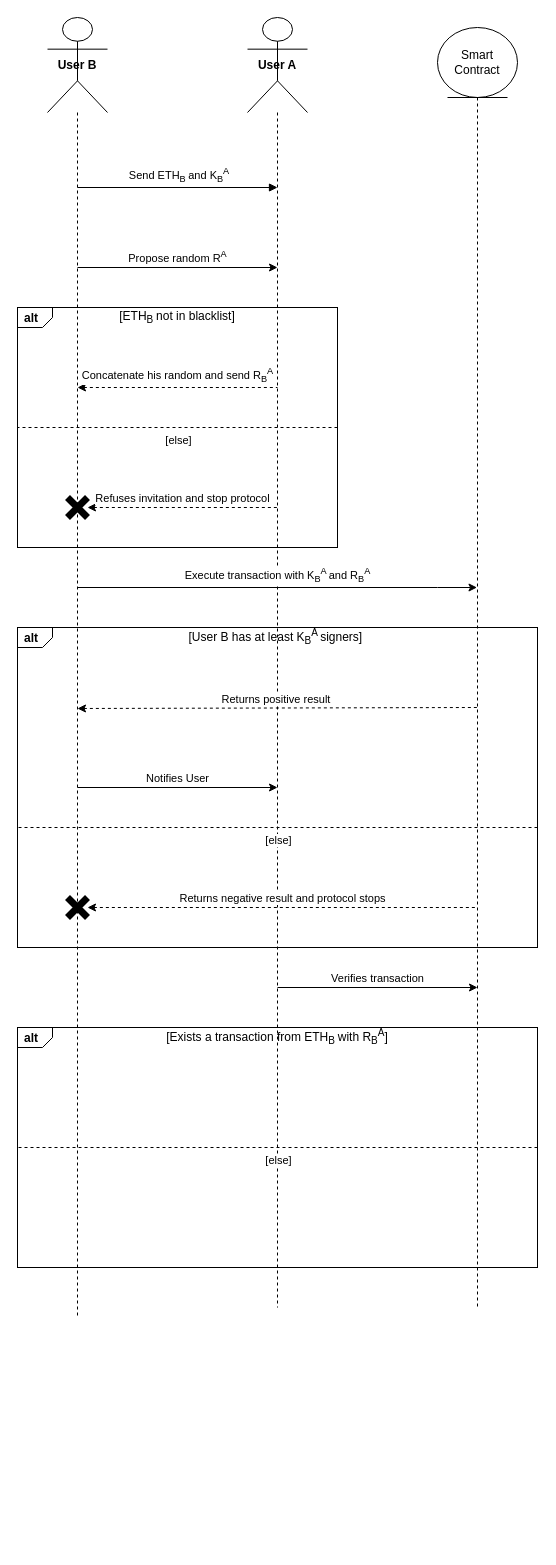
This is SequenceDiagram/Diagramma senza titolo.drawio from savernike/DiagramsSet, a draw.io file, before an edit. Source tidied: cells renumbered, new cells numbered last; positions are measured from the earlier drawing's top-left corner, leaving out a move shared by most shapes. Both pictures are drawn from the tidied source at 100%, with x=0, y=0 at pixel (17, 17).
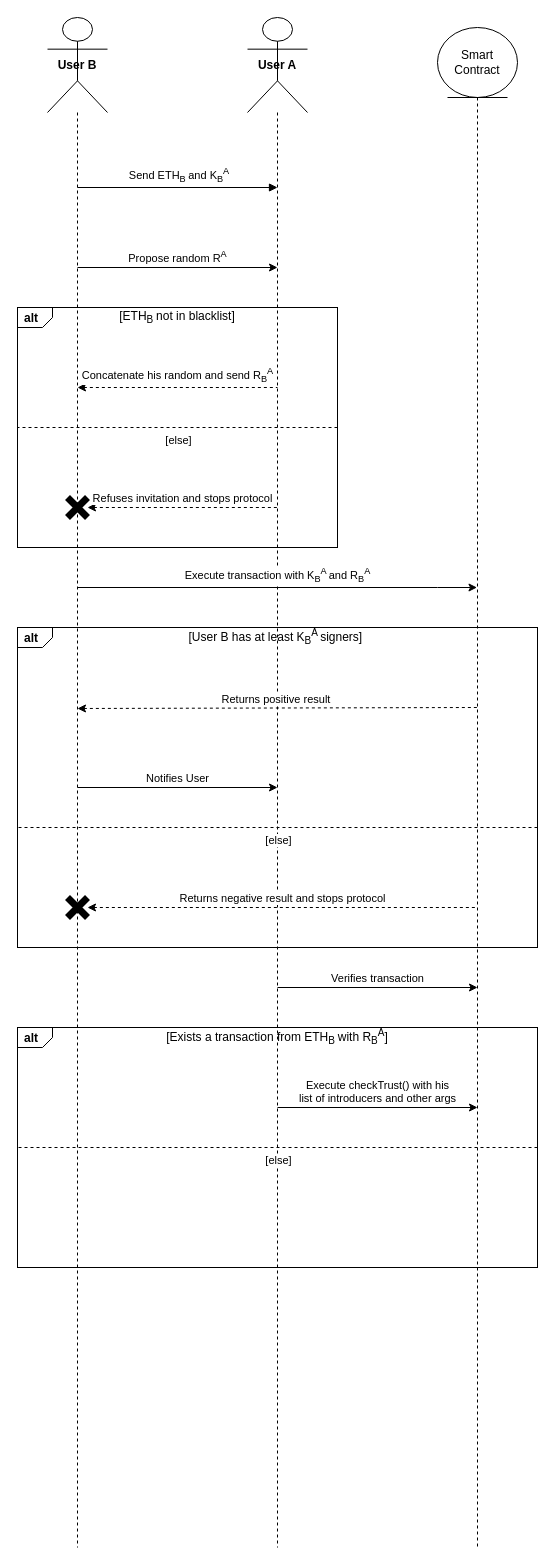
After the change.

Commit message:
Aggiunta presenza transazioni

The edit, as a diff of the source:
```diff
@@
     <mxCell id="2" value="&lt;b&gt;User B&lt;/b&gt;" style="shape=umlLifeline;perimeter=lifelinePerimeter;whiteSpace=wrap;html=1;newEdgeStyle={&quot;curved&quot;:0,&quot;rounded&quot;:0};participant=umlActor;size=95;" parent="1" vertex="1">
-      <mxGeometry x="30" width="60" height="1300" as="geometry" />
+      <mxGeometry x="30" width="60" height="1530" as="geometry" />
     </mxCell>
     <mxCell id="3" value="&lt;b&gt;User A&lt;/b&gt;" style="shape=umlLifeline;perimeter=lifelinePerimeter;whiteSpace=wrap;html=1;newEdgeStyle={&quot;curved&quot;:0,&quot;rounded&quot;:0};participant=umlActor;size=95;" parent="1" vertex="1">
-      <mxGeometry x="230" width="60" height="1290" as="geometry" />
+      <mxGeometry x="230" width="60" height="1530" as="geometry" />
     </mxCell>
     <mxCell id="4" value="Smart Contract" style="shape=umlLifeline;perimeter=lifelinePerimeter;whiteSpace=wrap;html=1;outlineConnect=0;portConstraint=eastwest;newEdgeStyle={&quot;curved&quot;:0,&quot;rounded&quot;:0};participant=umlEntity;size=70;" parent="1" vertex="1">
-      <mxGeometry x="420" y="10" width="80" height="1280" as="geometry" />
+      <mxGeometry x="420" y="10" width="80" height="1520" as="geometry" />
     </mxCell>
@@
-    <mxCell id="11" value="Refuses invitation and stop protocol" style="html=1;verticalAlign=bottom;endArrow=none;curved=0;rounded=0;startArrow=classic;startFill=1;endFill=0;dashed=1;" parent="1" edge="1">
+    <mxCell id="11" value="Refuses invitation and stops protocol" style="html=1;verticalAlign=bottom;endArrow=none;curved=0;rounded=0;startArrow=classic;startFill=1;endFill=0;dashed=1;" parent="1" edge="1">
       <mxGeometry relative="1" as="geometry">
         <mxPoint x="70" y="490" as="sourcePoint" />
         <mxPoint x="260" y="490" as="targetPoint" />
       </mxGeometry>
     </mxCell>
@@
-    <mxCell id="19" value="Returns negative result and protocol stops" style="html=1;verticalAlign=bottom;endArrow=none;curved=0;rounded=0;startArrow=classic;startFill=1;endFill=0;dashed=1;" parent="1" edge="1">
+    <mxCell id="19" value="Returns negative result and stops protocol" style="html=1;verticalAlign=bottom;endArrow=none;curved=0;rounded=0;startArrow=classic;startFill=1;endFill=0;dashed=1;" parent="1" edge="1">
       <mxGeometry relative="1" as="geometry">
         <mxPoint x="70" y="890" as="sourcePoint" />
         <mxPoint x="460" y="890" as="targetPoint" />
       </mxGeometry>
     </mxCell>
@@
+    <mxCell id="28" value="Execute checkTrust() with his &lt;br&gt;list of introducers and other args" style="html=1;verticalAlign=bottom;endArrow=classic;curved=0;rounded=0;startArrow=none;startFill=0;endFill=1;" parent="1" edge="1">
+      <mxGeometry relative="1" as="geometry">
+        <mxPoint x="260" y="1090" as="sourcePoint" />
+        <mxPoint x="460" y="1090" as="targetPoint" />
+      </mxGeometry>
+    </mxCell>
```
